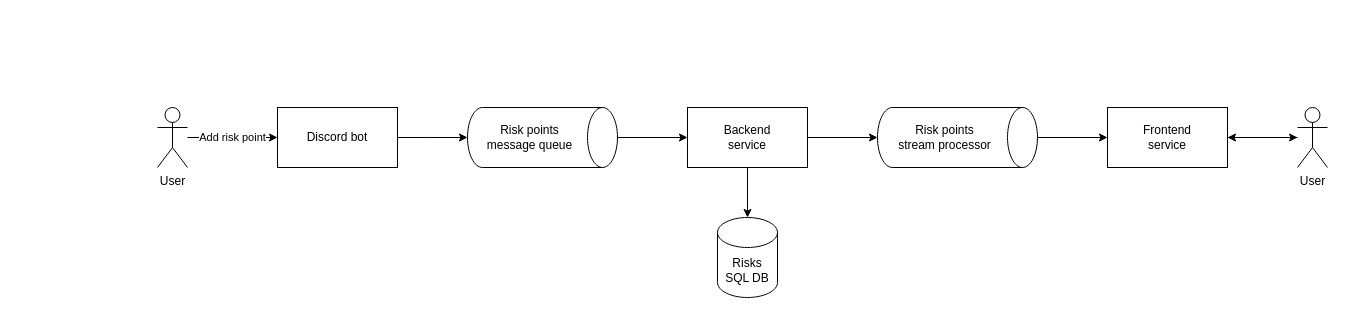
The draw.io diagram riskaway_arch.drawio in riskaway/architecture, before the edit. Source tidied: cells renumbered, new cells numbered last; positions are measured from the earlier drawing's top-left corner, leaving out a move shared by most shapes. Both pictures are drawn from the tidied source at 100%, with x=0, y=0 at pixel (157, 107).
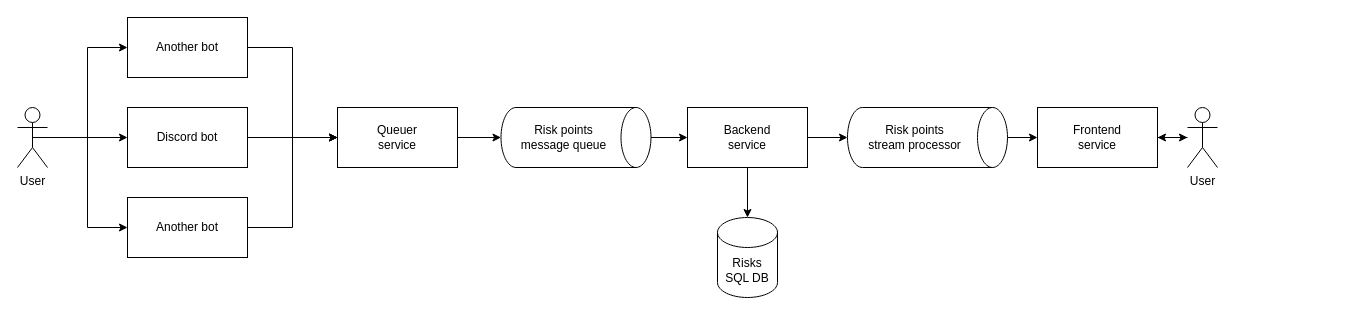
After the change.

Commit message (it also covers changes not shown here):
add queuer service

Diff of the diagram source:
```diff
@@
     <mxCell id="3" value="Risk points&lt;br&gt;message queue" style="shape=cylinder3;whiteSpace=wrap;html=1;boundedLbl=1;backgroundOutline=1;size=15;direction=south;" parent="1" vertex="1">
-      <mxGeometry x="310" width="150" height="60" as="geometry" />
+      <mxGeometry x="343.5" width="150" height="60" as="geometry" />
     </mxCell>
@@
-    <mxCell id="8" style="edgeStyle=orthogonalEdgeStyle;rounded=0;jettySize=auto;html=1;entryX=0.5;entryY=1;entryDx=0;entryDy=0;entryPerimeter=0;" parent="1" edge="1" source="9" target="3">
-      <mxGeometry relative="1" as="geometry">
-        <Array as="points">
-          <mxPoint x="270" y="30" />
-          <mxPoint x="270" y="30" />
-        </Array>
-      </mxGeometry>
-    </mxCell>
+    <mxCell id="18" style="edgeStyle=orthogonalEdgeStyle;rounded=0;jettySize=auto;html=1;entryX=0;entryY=0.5;entryDx=0;entryDy=0;" parent="1" edge="1" source="9" target="22">
+      <mxGeometry relative="1" as="geometry" />
+    </mxCell>
     <mxCell id="9" value="Discord bot" style="rounded=0;whiteSpace=wrap;html=1;" parent="1" vertex="1">
-      <mxGeometry x="120" width="120" height="60" as="geometry" />
+      <mxGeometry x="-30" width="120" height="60" as="geometry" />
     </mxCell>
@@
     <mxCell id="11" value="Risk points&lt;br&gt;stream processor" style="shape=cylinder3;whiteSpace=wrap;html=1;boundedLbl=1;backgroundOutline=1;size=15;direction=south;" parent="1" vertex="1">
-      <mxGeometry x="720" width="160" height="60" as="geometry" />
+      <mxGeometry x="690" width="160" height="60" as="geometry" />
     </mxCell>
@@
     <mxCell id="13" value="Frontend&lt;br&gt;service" style="rounded=0;whiteSpace=wrap;html=1;" parent="1" vertex="1">
-      <mxGeometry x="950" width="120" height="60" as="geometry" />
+      <mxGeometry x="880" width="120" height="60" as="geometry" />
     </mxCell>
-    <mxCell id="14" value="Add risk point" style="edgeStyle=orthogonalEdgeStyle;rounded=0;jettySize=auto;html=1;" parent="1" edge="1" source="15" target="9">
+    <mxCell id="14" style="edgeStyle=orthogonalEdgeStyle;rounded=0;jettySize=auto;html=1;exitX=0.5;exitY=0.5;exitDx=0;exitDy=0;exitPerimeter=0;" parent="1" edge="1" source="15" target="9">
       <mxGeometry relative="1" as="geometry" />
     </mxCell>
+    <mxCell id="19" style="edgeStyle=orthogonalEdgeStyle;rounded=0;jettySize=auto;html=1;exitX=0.5;exitY=0.5;exitDx=0;exitDy=0;exitPerimeter=0;entryX=0;entryY=0.5;entryDx=0;entryDy=0;" parent="1" edge="1" source="15" target="26">
+      <mxGeometry relative="1" as="geometry" />
+    </mxCell>
+    <mxCell id="20" style="edgeStyle=orthogonalEdgeStyle;rounded=0;jettySize=auto;html=1;exitX=0.5;exitY=0.5;exitDx=0;exitDy=0;exitPerimeter=0;entryX=0;entryY=0.5;entryDx=0;entryDy=0;" parent="1" edge="1" source="15" target="24">
+      <mxGeometry relative="1" as="geometry" />
+    </mxCell>
     <mxCell id="15" value="User" style="shape=umlActor;verticalLabelPosition=bottom;verticalAlign=top;html=1;outlineConnect=0;" parent="1" vertex="1">
-      <mxGeometry width="30" height="60" as="geometry" />
+      <mxGeometry x="-140" width="30" height="60" as="geometry" />
     </mxCell>
@@
     <mxCell id="17" value="User" style="shape=umlActor;verticalLabelPosition=bottom;verticalAlign=top;html=1;outlineConnect=0;" parent="1" vertex="1">
-      <mxGeometry x="1140" width="30" height="60" as="geometry" />
+      <mxGeometry x="1030" width="30" height="60" as="geometry" />
     </mxCell>
+    <mxCell id="21" style="edgeStyle=orthogonalEdgeStyle;rounded=0;jettySize=auto;html=1;" parent="1" edge="1" source="22" target="3">
+      <mxGeometry relative="1" as="geometry" />
+    </mxCell>
+    <mxCell id="22" value="Queuer&lt;br&gt;service" style="rounded=0;whiteSpace=wrap;html=1;" parent="1" vertex="1">
+      <mxGeometry x="180" width="120" height="60" as="geometry" />
+    </mxCell>
+    <mxCell id="23" style="edgeStyle=orthogonalEdgeStyle;rounded=0;jettySize=auto;html=1;exitX=1;exitY=0.5;exitDx=0;exitDy=0;entryX=0;entryY=0.5;entryDx=0;entryDy=0;" parent="1" edge="1" source="24" target="22">
+      <mxGeometry relative="1" as="geometry" />
+    </mxCell>
+    <mxCell id="24" value="Another bot" style="rounded=0;whiteSpace=wrap;html=1;" parent="1" vertex="1">
+      <mxGeometry x="-30" y="90" width="120" height="60" as="geometry" />
+    </mxCell>
+    <mxCell id="25" style="edgeStyle=orthogonalEdgeStyle;rounded=0;jettySize=auto;html=1;entryX=0;entryY=0.5;entryDx=0;entryDy=0;" parent="1" edge="1" source="26" target="22">
+      <mxGeometry relative="1" as="geometry" />
+    </mxCell>
+    <mxCell id="26" value="Another bot" style="rounded=0;whiteSpace=wrap;html=1;" parent="1" vertex="1">
+      <mxGeometry x="-30" y="-90" width="120" height="60" as="geometry" />
+    </mxCell>
```
